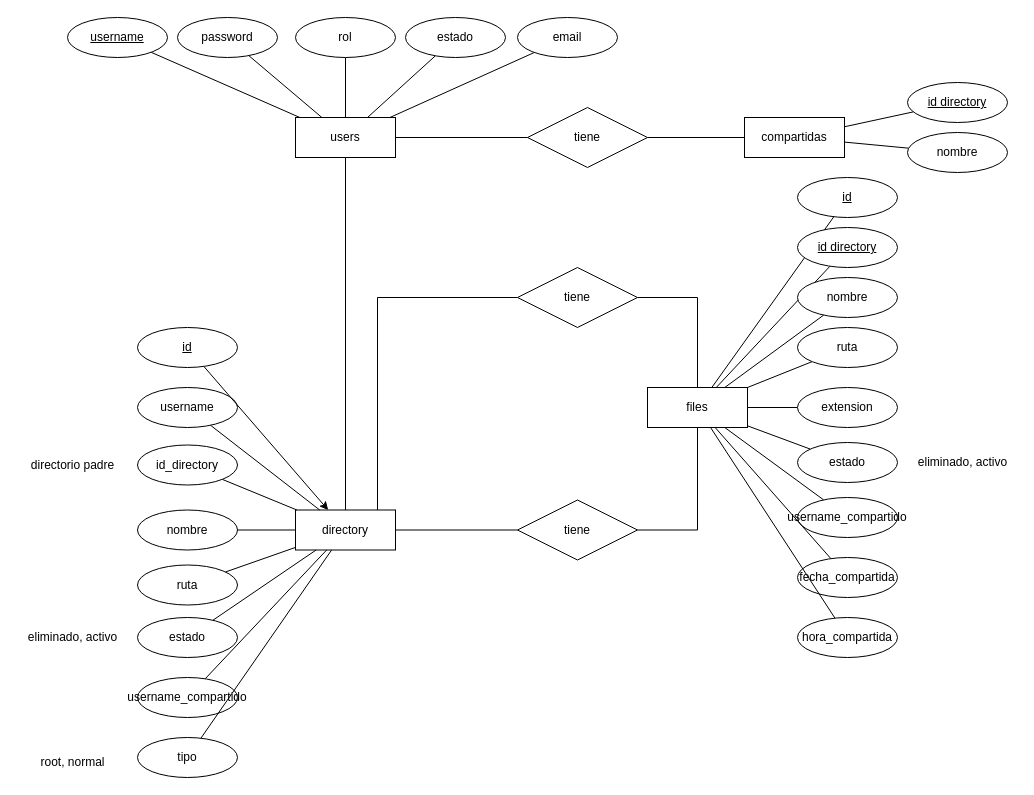
The draw.io diagram page "Entidad relacion" (1 of 2) of Documentación/Diagramas GraFile.drawio in luisbaquiax/Save-Files, before the edit. Source tidied: cells renumbered, new cells numbered last; positions are measured from the earlier drawing's top-left corner, leaving out a move shared by most shapes. Both pictures are drawn from the tidied source at 100%, with x=0, y=0 at pixel (17, 17).
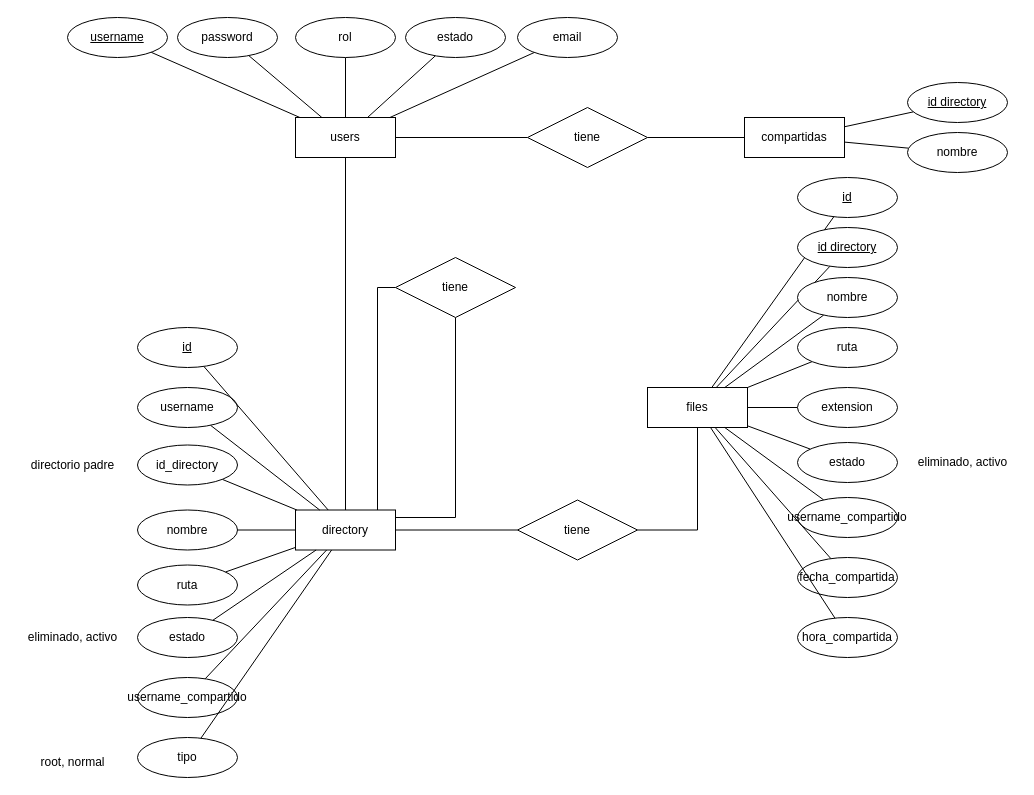
The same diagram, later.

Unchanged cells that the change refers to:
```xml
<mxCell id="17" value="directory" style="whiteSpace=wrap;html=1;align=center;" parent="1" vertex="1">
  <mxGeometry x="278" y="492.5" width="100" height="40" as="geometry" />
</mxCell>
<mxCell id="40" value="files" style="whiteSpace=wrap;html=1;align=center;" parent="1" vertex="1">
  <mxGeometry x="630" y="370" width="100" height="40" as="geometry" />
</mxCell>
<mxCell id="67" value="id" style="ellipse;whiteSpace=wrap;html=1;align=center;fontStyle=4;" parent="1" vertex="1">
  <mxGeometry x="120" y="310" width="100" height="40" as="geometry" />
</mxCell>
```

What changed in the source:
```diff
@@
-    <mxCell id="15" style="edgeStyle=orthogonalEdgeStyle;rounded=0;jettySize=auto;html=1;endArrow=none;endFill=0;" parent="1" edge="1" source="17" target="23">
-      <mxGeometry relative="1" as="geometry">
-        <Array as="points">
-          <mxPoint x="360" y="280" />
-        </Array>
-      </mxGeometry>
-    </mxCell>
@@
-    <mxCell id="22" style="edgeStyle=orthogonalEdgeStyle;rounded=0;jettySize=auto;html=1;endArrow=none;endFill=0;" parent="1" edge="1" source="23" target="40">
-      <mxGeometry relative="1" as="geometry" />
-    </mxCell>
+    <mxCell id="68" style="edgeStyle=orthogonalEdgeStyle;rounded=0;jettySize=auto;html=1;endArrow=none;endFill=0;" parent="1" edge="1" source="23" target="17">
+      <mxGeometry relative="1" as="geometry">
+        <Array as="points">
+          <mxPoint x="438" y="500" />
+        </Array>
+      </mxGeometry>
+    </mxCell>
+    <mxCell id="69" style="edgeStyle=orthogonalEdgeStyle;rounded=0;jettySize=auto;html=1;endArrow=none;endFill=0;" parent="1" edge="1" source="23" target="17">
+      <mxGeometry relative="1" as="geometry">
+        <Array as="points">
+          <mxPoint x="360" y="270" />
+        </Array>
+      </mxGeometry>
+    </mxCell>
     <mxCell id="23" value="tiene" style="shape=rhombus;perimeter=rhombusPerimeter;whiteSpace=wrap;html=1;align=center;" parent="1" vertex="1">
-      <mxGeometry x="500" y="250" width="120" height="60" as="geometry" />
+      <mxGeometry x="378" y="240" width="120" height="60" as="geometry" />
     </mxCell>
@@
-    <mxCell id="66" style="edgeStyle=none;rounded=0;jettySize=auto;html=1;" parent="1" edge="1" source="67" target="17">
+    <mxCell id="66" style="edgeStyle=none;rounded=0;jettySize=auto;html=1;endArrow=none;endFill=0;" parent="1" edge="1" source="67" target="17">
       <mxGeometry relative="1" as="geometry" />
     </mxCell>
```
